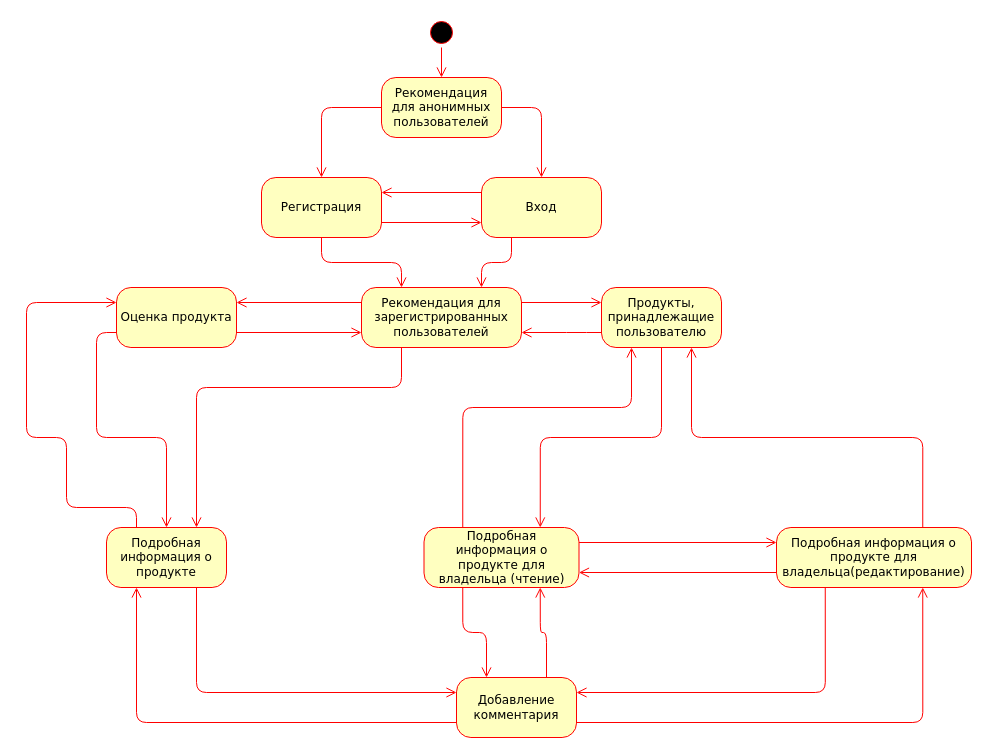
Above: Documents/Design/State/state_diagram.drawio in zkud/wannait (draw.io), before the change. Source tidied: cells renumbered, new cells numbered last; positions are measured from the earlier drawing's top-left corner, leaving out a move shared by most shapes. Both pictures are drawn from the tidied source at 100%, with x=0, y=0 at pixel (26, 17).
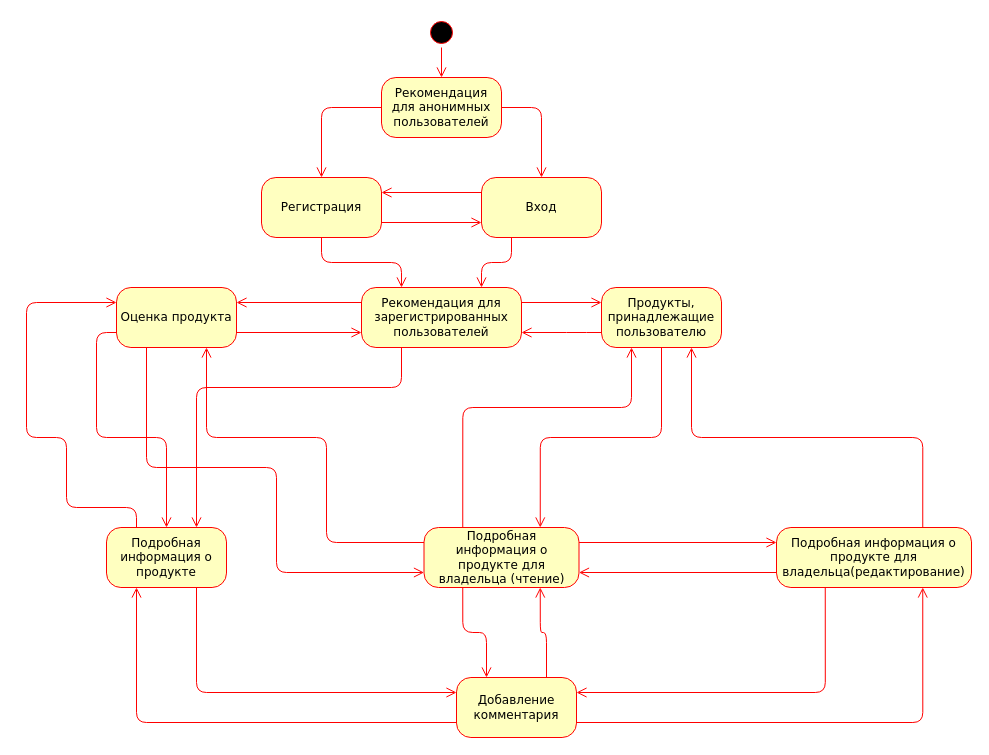
Above is the later version.

The change refers to these unchanged cells:
```xml
<mxCell id="19" value="Подробная информация о продукте для владельца (чтение)" style="rounded=1;whiteSpace=wrap;html=1;arcSize=24;fillColor=#ffffc0;strokeColor=#ff0000;shadow=0;comic=0;labelBackgroundColor=none;fontFamily=Verdana;fontSize=12;fontColor=#000000;align=center;" parent="1" vertex="1">
  <mxGeometry x="397.5" y="510" width="155" height="60" as="geometry" />
</mxCell>
<mxCell id="34" value="&lt;div&gt;Оценка продукта&lt;br&gt;&lt;/div&gt;" style="rounded=1;whiteSpace=wrap;html=1;arcSize=24;fillColor=#ffffc0;strokeColor=#ff0000;shadow=0;comic=0;labelBackgroundColor=none;fontFamily=Verdana;fontSize=12;fontColor=#000000;align=center;" parent="1" vertex="1">
  <mxGeometry x="90" y="270" width="120" height="60" as="geometry" />
</mxCell>
```

Change to the diagram source:
```diff
@@
+    <mxCell id="38" style="edgeStyle=orthogonalEdgeStyle;jettySize=auto;html=1;exitX=0;exitY=0.25;exitDx=0;exitDy=0;entryX=0.75;entryY=1;entryDx=0;entryDy=0;labelBackgroundColor=none;endArrow=open;endSize=8;strokeColor=#ff0000;fontFamily=Verdana;fontSize=12;align=left;" parent="1" edge="1" source="19" target="34">
+      <mxGeometry relative="1" as="geometry">
+        <Array as="points">
+          <mxPoint x="300" y="525" />
+          <mxPoint x="300" y="420" />
+          <mxPoint x="180" y="420" />
+        </Array>
+      </mxGeometry>
+    </mxCell>
@@
+    <mxCell id="39" style="edgeStyle=orthogonalEdgeStyle;jettySize=auto;html=1;exitX=0.25;exitY=1;exitDx=0;exitDy=0;entryX=0;entryY=0.75;entryDx=0;entryDy=0;labelBackgroundColor=none;endArrow=open;endSize=8;strokeColor=#ff0000;fontFamily=Verdana;fontSize=12;align=left;" parent="1" edge="1" source="34" target="19">
+      <mxGeometry relative="1" as="geometry">
+        <Array as="points">
+          <mxPoint x="120" y="450" />
+          <mxPoint x="250" y="450" />
+          <mxPoint x="250" y="555" />
+        </Array>
+      </mxGeometry>
+    </mxCell>
```
